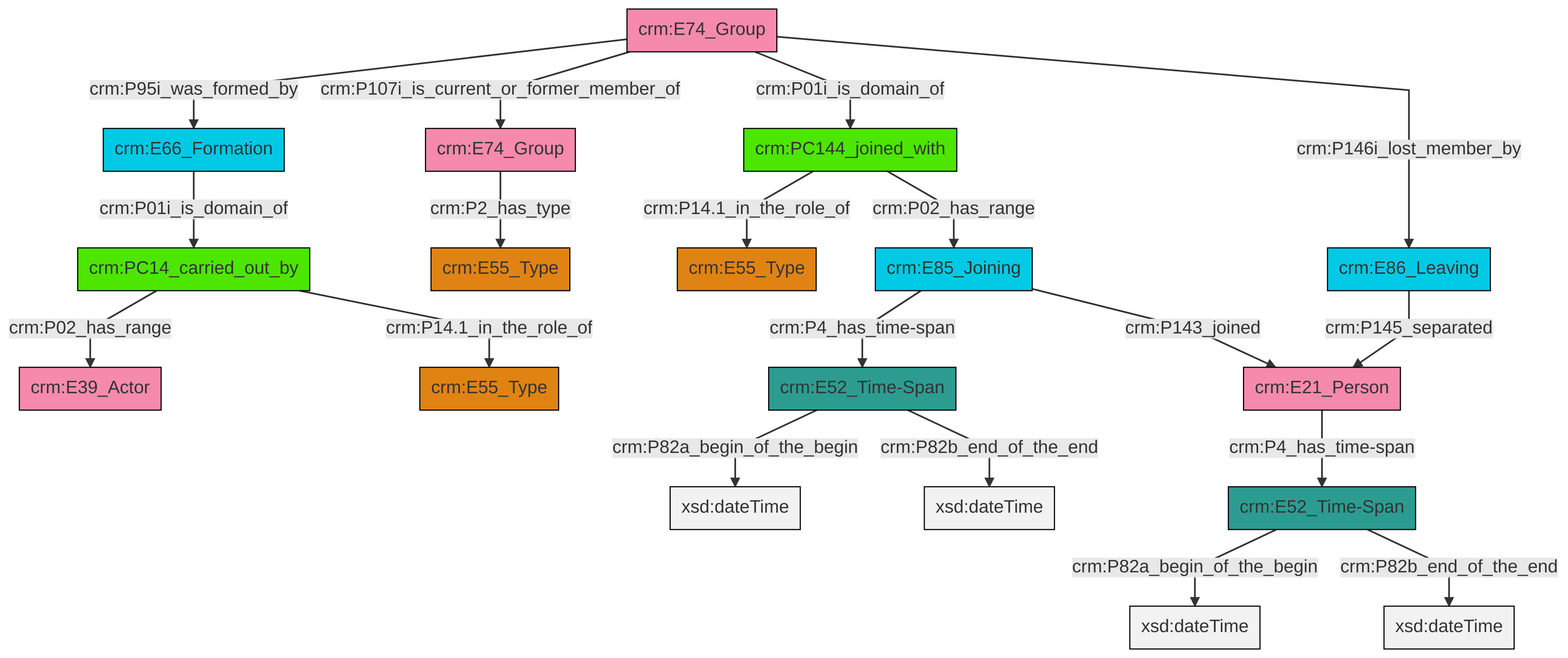
The Mermaid diagram et/groupCSV/ttl/mmd/png/group_actor_relations.png in swiss-art-research-net/reference-data-models, before a commit. Its source is kept beside it as et/groupCSV/ttl/mmd/group_actor_relations.ttl.mmd. The source it was exported from:
```mermaid
graph TD
classDef Literal fill:#f2f2f2,stroke:#000000;
classDef CRM_Entity fill:#FFFFFF,stroke:#000000;
classDef Temporal_Entity fill:#00C9E6, stroke:#000000;
classDef Type fill:#E18312, stroke:#000000;
classDef Time-Span fill:#2C9C91, stroke:#000000;
classDef Appellation fill:#FFEB7F, stroke:#000000;
classDef Place fill:#008836, stroke:#000000;
classDef Persistent_Item fill:#B266B2, stroke:#000000;
classDef Conceptual_Object fill:#FFD700, stroke:#000000;
classDef Physical_Thing fill:#D2B48C, stroke:#000000;
classDef Actor fill:#f58aad, stroke:#000000;
classDef PC_Classes fill:#4ce600, stroke:#000000;
classDef Multi fill:#cccccc,stroke:#000000;

0["crm:E21_Person"]:::Actor -->|crm:P4_has_time-span| 1["crm:E52_Time-Span"]:::Time-Span
4["crm:PC144_joined_with"]:::PC_Classes -->|crm:P14.1_in_the_role_of| 5["crm:E55_Type"]:::Type
8["crm:PC14_carried_out_by"]:::PC_Classes -->|crm:P02_has_range| 9["crm:E39_Actor"]:::Actor
1["crm:E52_Time-Span"]:::Time-Span -->|crm:P82a_begin_of_the_begin| 10[xsd:dateTime]:::Literal
13["crm:E74_Group"]:::Actor -->|crm:P95i_was_formed_by| 15["crm:E66_Formation"]:::Temporal_Entity
13["crm:E74_Group"]:::Actor -->|crm:P107i_is_current_or_former_member_of| 16["crm:E74_Group"]:::Actor
4["crm:PC144_joined_with"]:::PC_Classes -->|crm:P02_has_range| 17["crm:E85_Joining"]:::Temporal_Entity
11["crm:E52_Time-Span"]:::Time-Span -->|crm:P82a_begin_of_the_begin| 19[xsd:dateTime]:::Literal
17["crm:E85_Joining"]:::Temporal_Entity -->|crm:P4_has_time-span| 11["crm:E52_Time-Span"]:::Time-Span
15["crm:E66_Formation"]:::Temporal_Entity -->|crm:P01i_is_domain_of| 8["crm:PC14_carried_out_by"]:::PC_Classes
8["crm:PC14_carried_out_by"]:::PC_Classes -->|crm:P14.1_in_the_role_of| 2["crm:E55_Type"]:::Type
11["crm:E52_Time-Span"]:::Time-Span -->|crm:P82b_end_of_the_end| 21[xsd:dateTime]:::Literal
1["crm:E52_Time-Span"]:::Time-Span -->|crm:P82b_end_of_the_end| 22[xsd:dateTime]:::Literal
17["crm:E85_Joining"]:::Temporal_Entity -->|crm:P143_joined| 0["crm:E21_Person"]:::Actor
13["crm:E74_Group"]:::Actor -->|crm:P01i_is_domain_of| 4["crm:PC144_joined_with"]:::PC_Classes
13["crm:E74_Group"]:::Actor -->|crm:P146i_lost_member_by| 29["crm:E86_Leaving"]:::Temporal_Entity
16["crm:E74_Group"]:::Actor -->|crm:P2_has_type| 6["crm:E55_Type"]:::Type
29["crm:E86_Leaving"]:::Temporal_Entity -->|crm:P145_separated| 0["crm:E21_Person"]:::Actor
```
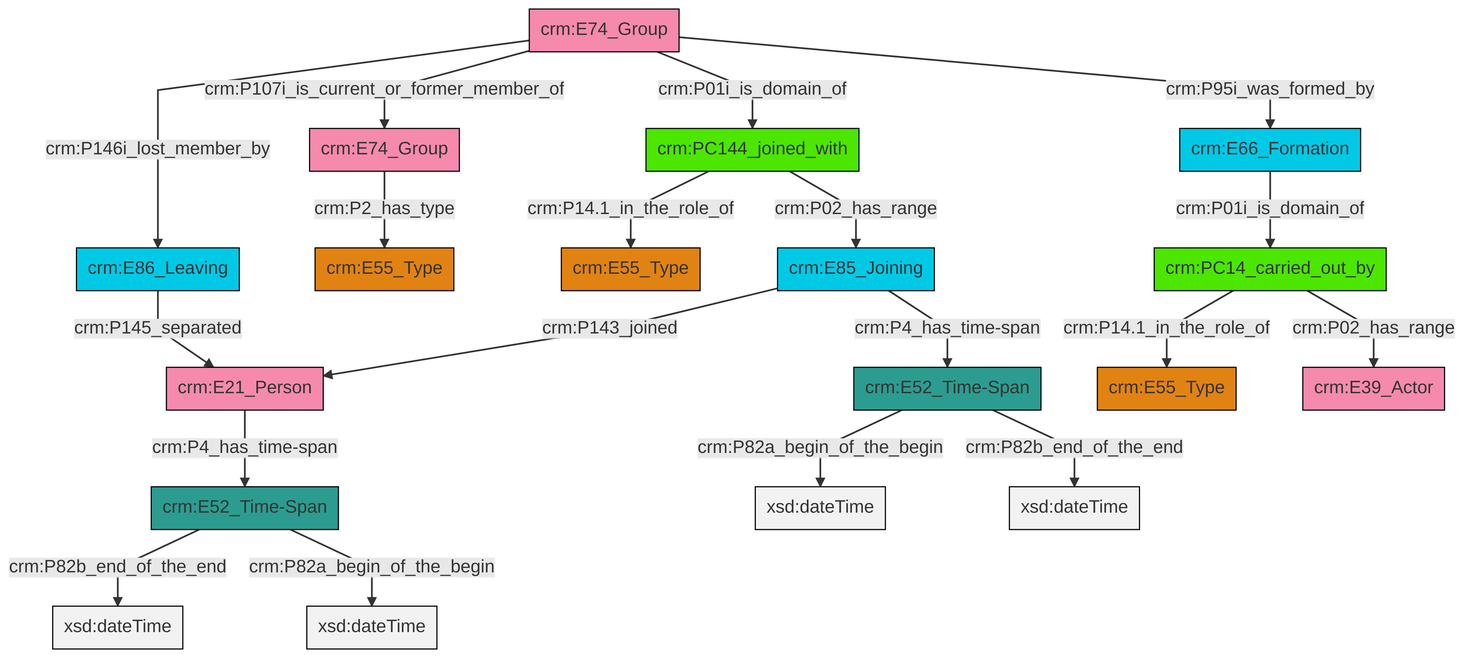
After the commit.

Change to the diagram source:
```diff
@@ -13,21 +13,21 @@
 classDef PC_Classes fill:#4ce600, stroke:#000000;
 classDef Multi fill:#cccccc,stroke:#000000;
 
-0["crm:E21_Person"]:::Actor -->|crm:P4_has_time-span| 1["crm:E52_Time-Span"]:::Time-Span
-4["crm:PC144_joined_with"]:::PC_Classes -->|crm:P14.1_in_the_role_of| 5["crm:E55_Type"]:::Type
-8["crm:PC14_carried_out_by"]:::PC_Classes -->|crm:P02_has_range| 9["crm:E39_Actor"]:::Actor
-1["crm:E52_Time-Span"]:::Time-Span -->|crm:P82a_begin_of_the_begin| 10[xsd:dateTime]:::Literal
-13["crm:E74_Group"]:::Actor -->|crm:P95i_was_formed_by| 15["crm:E66_Formation"]:::Temporal_Entity
-13["crm:E74_Group"]:::Actor -->|crm:P107i_is_current_or_former_member_of| 16["crm:E74_Group"]:::Actor
-4["crm:PC144_joined_with"]:::PC_Classes -->|crm:P02_has_range| 17["crm:E85_Joining"]:::Temporal_Entity
-11["crm:E52_Time-Span"]:::Time-Span -->|crm:P82a_begin_of_the_begin| 19[xsd:dateTime]:::Literal
-17["crm:E85_Joining"]:::Temporal_Entity -->|crm:P4_has_time-span| 11["crm:E52_Time-Span"]:::Time-Span
-15["crm:E66_Formation"]:::Temporal_Entity -->|crm:P01i_is_domain_of| 8["crm:PC14_carried_out_by"]:::PC_Classes
-8["crm:PC14_carried_out_by"]:::PC_Classes -->|crm:P14.1_in_the_role_of| 2["crm:E55_Type"]:::Type
-11["crm:E52_Time-Span"]:::Time-Span -->|crm:P82b_end_of_the_end| 21[xsd:dateTime]:::Literal
-1["crm:E52_Time-Span"]:::Time-Span -->|crm:P82b_end_of_the_end| 22[xsd:dateTime]:::Literal
-17["crm:E85_Joining"]:::Temporal_Entity -->|crm:P143_joined| 0["crm:E21_Person"]:::Actor
-13["crm:E74_Group"]:::Actor -->|crm:P01i_is_domain_of| 4["crm:PC144_joined_with"]:::PC_Classes
-13["crm:E74_Group"]:::Actor -->|crm:P146i_lost_member_by| 29["crm:E86_Leaving"]:::Temporal_Entity
-16["crm:E74_Group"]:::Actor -->|crm:P2_has_type| 6["crm:E55_Type"]:::Type
-29["crm:E86_Leaving"]:::Temporal_Entity -->|crm:P145_separated| 0["crm:E21_Person"]:::Actor
+2["crm:PC14_carried_out_by"]:::PC_Classes -->|crm:P14.1_in_the_role_of| 0["crm:E55_Type"]:::Type
+5["crm:PC144_joined_with"]:::PC_Classes -->|crm:P14.1_in_the_role_of| 6["crm:E55_Type"]:::Type
+10["crm:E52_Time-Span"]:::Time-Span -->|crm:P82a_begin_of_the_begin| 11[xsd:dateTime]:::Literal
+12["crm:E52_Time-Span"]:::Time-Span -->|crm:P82b_end_of_the_end| 13[xsd:dateTime]:::Literal
+10["crm:E52_Time-Span"]:::Time-Span -->|crm:P82b_end_of_the_end| 14[xsd:dateTime]:::Literal
+3["crm:E66_Formation"]:::Temporal_Entity -->|crm:P01i_is_domain_of| 2["crm:PC14_carried_out_by"]:::PC_Classes
+7["crm:E21_Person"]:::Actor -->|crm:P4_has_time-span| 12["crm:E52_Time-Span"]:::Time-Span
+15["crm:E74_Group"]:::Actor -->|crm:P2_has_type| 16["crm:E55_Type"]:::Type
+23["crm:E85_Joining"]:::Temporal_Entity -->|crm:P143_joined| 7["crm:E21_Person"]:::Actor
+25["crm:E86_Leaving"]:::Temporal_Entity -->|crm:P145_separated| 7["crm:E21_Person"]:::Actor
+2["crm:PC14_carried_out_by"]:::PC_Classes -->|crm:P02_has_range| 17["crm:E39_Actor"]:::Actor
+23["crm:E85_Joining"]:::Temporal_Entity -->|crm:P4_has_time-span| 10["crm:E52_Time-Span"]:::Time-Span
+28["crm:E74_Group"]:::Actor -->|crm:P146i_lost_member_by| 25["crm:E86_Leaving"]:::Temporal_Entity
+28["crm:E74_Group"]:::Actor -->|crm:P107i_is_current_or_former_member_of| 15["crm:E74_Group"]:::Actor
+12["crm:E52_Time-Span"]:::Time-Span -->|crm:P82a_begin_of_the_begin| 34[xsd:dateTime]:::Literal
+5["crm:PC144_joined_with"]:::PC_Classes -->|crm:P02_has_range| 23["crm:E85_Joining"]:::Temporal_Entity
+28["crm:E74_Group"]:::Actor -->|crm:P01i_is_domain_of| 5["crm:PC144_joined_with"]:::PC_Classes
+28["crm:E74_Group"]:::Actor -->|crm:P95i_was_formed_by| 3["crm:E66_Formation"]:::Temporal_Entity
```
